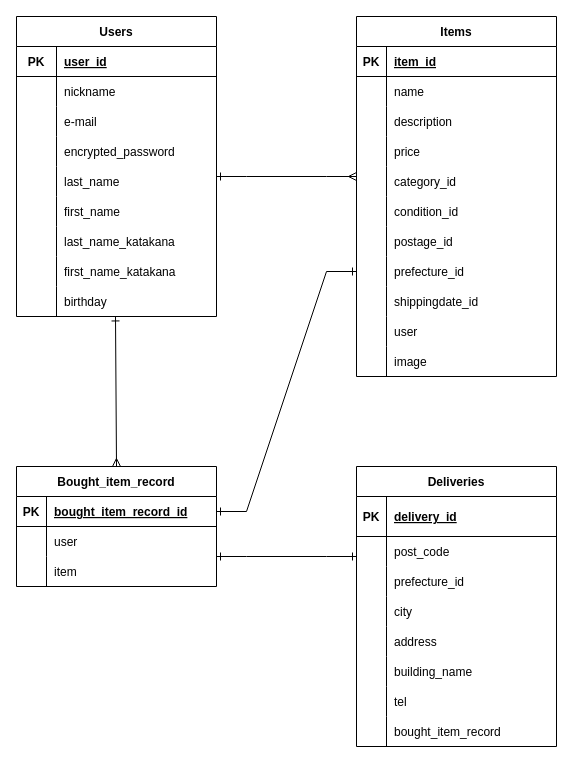
maaaaqqqq/furima-37360 keeps this draw.io diagram as furima.dio. Above is the earlier version. Source tidied: cells renumbered, new cells numbered last; positions are measured from the earlier drawing's top-left corner, leaving out a move shared by most shapes. Both pictures are drawn from the tidied source at 100%, with x=0, y=0 at pixel (16, 16).
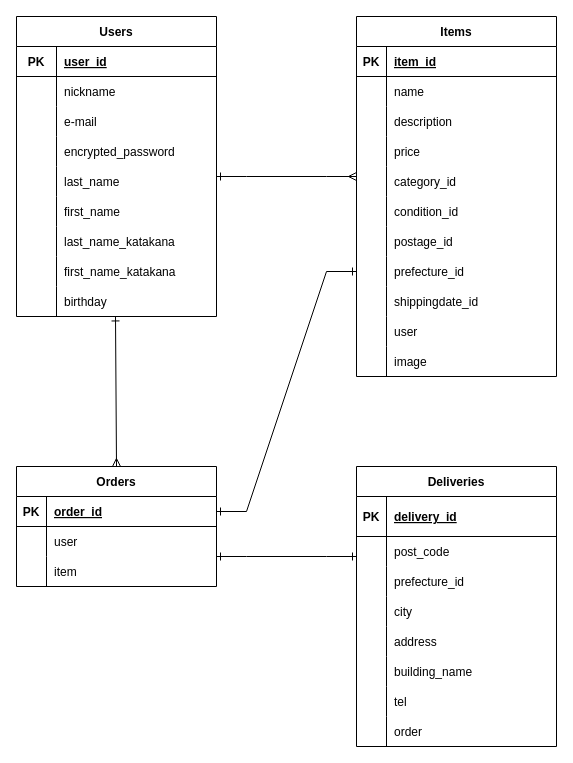
The same page after the edit.

The change refers to these unchanged cells:
```xml
<mxCell id="65" style="shape=partialRectangle;fillColor=none;top=0;left=0;bottom=1;right=0;points=[[0,0.5],[1,0.5]];portConstraint=eastwest;rounded=0;" parent="64" vertex="1">
  <mxGeometry y="30" width="200" height="30" as="geometry" />
</mxCell>
<mxCell id="96" style="shape=partialRectangle;fillColor=none;top=0;left=0;bottom=0;right=0;rounded=0;" parent="74" vertex="1">
  <mxGeometry y="250" width="200" height="30" as="geometry" />
</mxCell>
```

The edit, as a diff of the source:
```diff
@@
-    <mxCell id="64" value="Bought_item_record" style="shape=table;startSize=30;childLayout=tableLayout;rowLines=0;fontStyle=1;align=center;rounded=0;" parent="1" vertex="1">
+    <mxCell id="64" value="Orders" style="shape=table;startSize=30;childLayout=tableLayout;rowLines=0;fontStyle=1;align=center;rounded=0;" parent="1" vertex="1">
       <mxGeometry y="450" width="200" height="120" as="geometry" />
     </mxCell>
@@
-    <mxCell id="67" value="bought_item_record_id" style="shape=partialRectangle;fillColor=none;top=0;left=0;bottom=0;right=0;align=left;spacingLeft=6;fontStyle=5;overflow=hidden;rounded=0;" parent="65" vertex="1">
+    <mxCell id="67" value="order_id" style="shape=partialRectangle;fillColor=none;top=0;left=0;bottom=0;right=0;align=left;spacingLeft=6;fontStyle=5;overflow=hidden;rounded=0;" parent="65" vertex="1">
       <mxGeometry x="30" width="170" height="30" as="geometry" />
     </mxCell>
@@
-    <mxCell id="98" value="bought_item_record" style="shape=partialRectangle;fillColor=none;top=0;left=0;bottom=0;right=0;align=left;spacingLeft=6;overflow=hidden;rounded=0;" parent="96" vertex="1">
+    <mxCell id="98" value="order" style="shape=partialRectangle;fillColor=none;top=0;left=0;bottom=0;right=0;align=left;spacingLeft=6;overflow=hidden;rounded=0;" parent="96" vertex="1">
       <mxGeometry x="30" width="170" height="30" as="geometry" />
     </mxCell>
```
